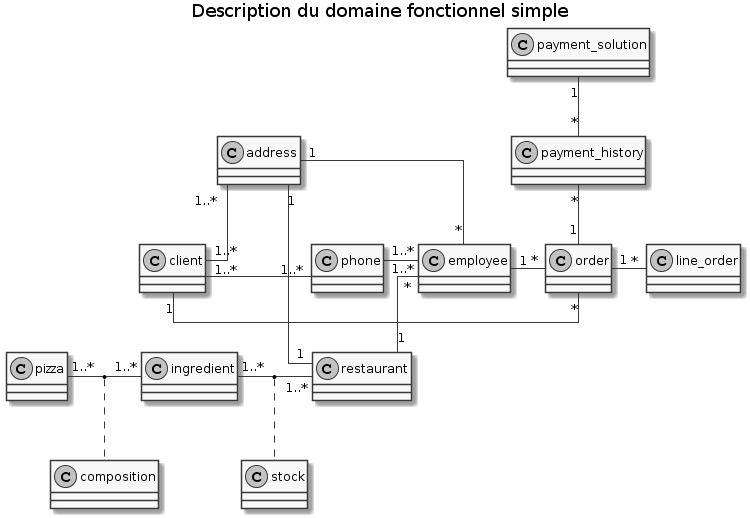
Earlier version of the PlantUML export functional_model_light.png (freezed/ocp6).
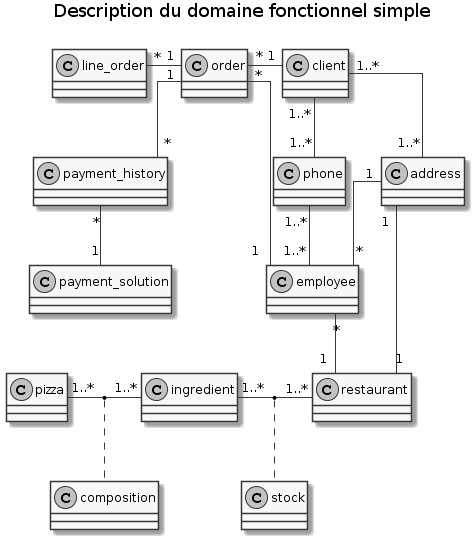
Later version of the same file.

Commit message:
Reorders boxes

Change to the diagram source:
```diff
@@ -1,5 +1,5 @@
 @startuml
-title Description du domaine fonctionnel simple
+title Description du domaine fonctionnel simple\n
 
 skinparam monochrome true
 skinparam linetype ortho
@@ -19,18 +19,18 @@
 class stock
 
 address "1" -- "1" restaurant
-address "1" -down- "*" employee
+address "1" -- "*" employee
 client "1..*" - "1..*" phone
-client "1..*" -left- "1..*" address
+client "1..*" -- "1..*" address
 employee "1" - "*" order
 employee "*" -- "1" restaurant
 ingredient "1..*" - "1..*" restaurant
 (ingredient, restaurant) .. stock
-line_order "*" -left- "1" order
+line_order "*" - "1" order
 order "*" - "1" client
-order "1" -up- "*" payment_history
-payment_solution "1" -down- "*" payment_history
-phone "1..*" -right- "1..*" employee
+order "1" -- "*" payment_history
+payment_solution "1" -up- "*" payment_history
+phone "1..*" -- "1..*" employee
 pizza "1..*" - "1..*" ingredient
 (pizza, ingredient) .. composition
 @enduml
```
